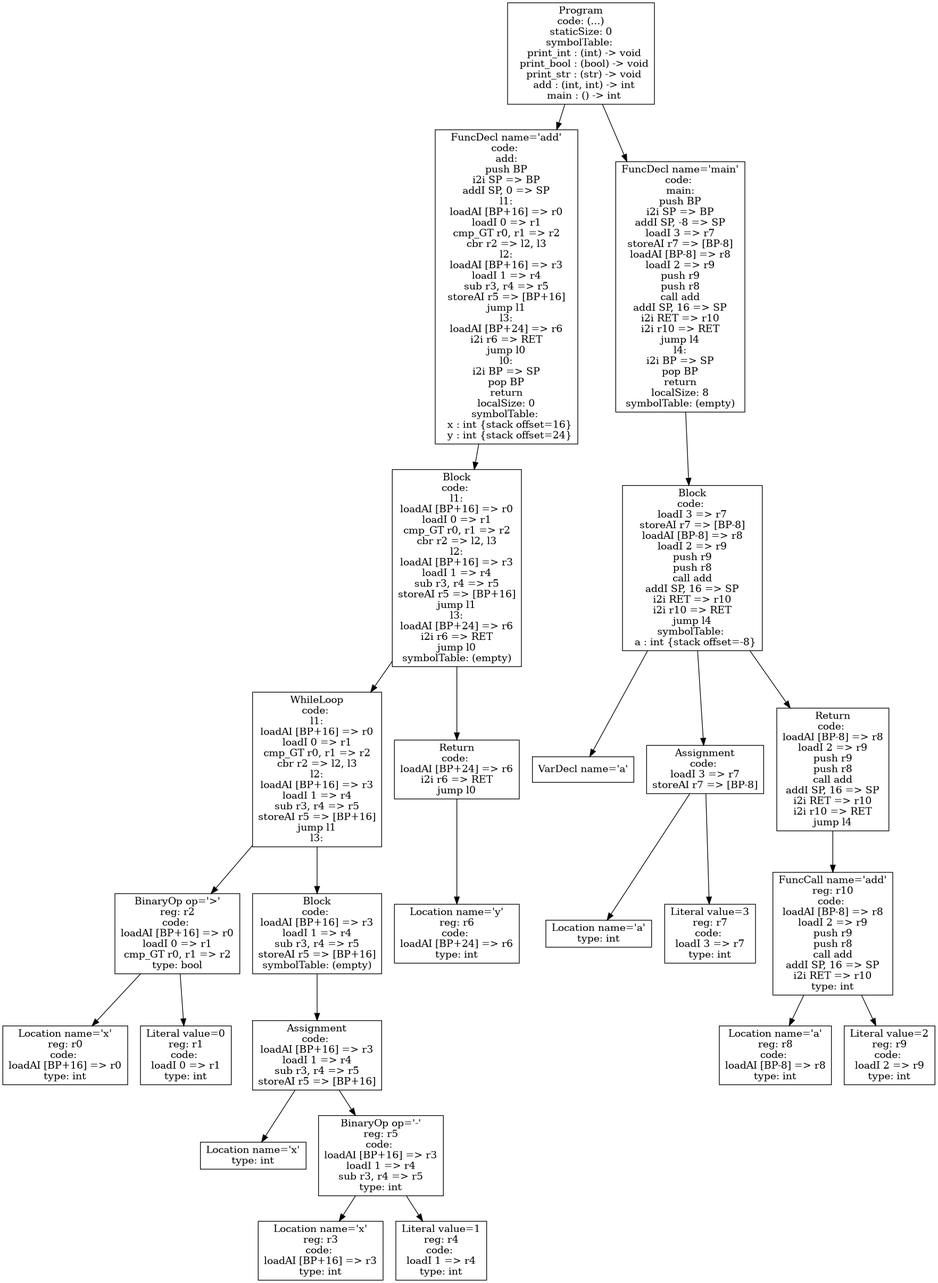
Earlier version of the Graphviz export p4-codegen/tests/iloc-tree.png (atrim11/CS432). Its source is kept beside it as p4-codegen/iloc-tree.dot. The source it was exported from:
```dot
digraph AST {
1 [shape=box, label="VarDecl name='data'\ncode: \nloadI 256 => r0\naddI SP, 40 => SP"];
7 [shape=box, label="Location name='x'\nreg: r1\ncode: \nloadAI [BP+16] => r1\ntype: int"];
8 [shape=box, label="Location name='y'\nreg: r2\ncode: \nloadAI [BP+24] => r2\ntype: int"];
6 [shape=box, label="BinaryOp op='-'\nreg: r3\ncode: \nloadAI [BP+16] => r1\nloadAI [BP+24] => r2\nsub r1, r2 => r3\ntype: int"];
6 -> 7;
6 -> 8;
10 [shape=box, label="Location name='x'\nreg: r4\ncode: \nloadAI [BP+16] => r4\ntype: int"];
11 [shape=box, label="Location name='y'\nreg: r5\ncode: \nloadAI [BP+24] => r5\ntype: int"];
9 [shape=box, label="BinaryOp op='*'\nreg: r6\ncode: \nloadAI [BP+16] => r4\nloadAI [BP+24] => r5\nmult r4, r5 => r6\ntype: int"];
9 -> 10;
9 -> 11;
5 [shape=box, label="BinaryOp op='+'\nreg: r7\ncode: \nloadAI [BP+16] => r1\nloadAI [BP+24] => r2\nsub r1, r2 => r3\nloadAI [BP+16] => r4\nloadAI [BP+24] => r5\nmult r4, r5 => r6\nadd r3, r6 => r7\ntype: int"];
5 -> 6;
5 -> 9;
4 [shape=box, label="Return\ncode: \nloadAI [BP+16] => r1\nloadAI [BP+24] => r2\nsub r1, r2 => r3\nloadAI [BP+16] => r4\nloadAI [BP+24] => r5\nmult r4, r5 => r6\nadd r3, r6 => r7\ni2i r7 => RET\njump l0"];
4 -> 5;
3 [shape=box, label="Block\ncode: \nloadAI [BP+16] => r1\nloadAI [BP+24] => r2\nsub r1, r2 => r3\nloadAI [BP+16] => r4\nloadAI [BP+24] => r5\nmult r4, r5 => r6\nadd r3, r6 => r7\ni2i r7 => RET\njump l0\nsymbolTable: (empty)"];
3 -> 4;
2 [shape=box, label="FuncDecl name='compute'\ncode: \ncompute:\npush BP\ni2i SP => BP\naddI SP, 0 => SP\nloadAI [BP+16] => r1\nloadAI [BP+24] => r2\nsub r1, r2 => r3\nloadAI [BP+16] => r4\nloadAI [BP+24] => r5\nmult r4, r5 => r6\nadd r3, r6 => r7\ni2i r7 => RET\njump l0\nl0:\ni2i BP => SP\npop BP\nreturn\nlocalSize: 0\nsymbolTable: \n  x : int {stack offset=16}\n  y : int {stack offset=24}"];
2 -> 3;
14 [shape=box, label="VarDecl name='i'"];
15 [shape=box, label="VarDecl name='result'"];
17 [shape=box, label="Location name='i'\ntype: int"];
18 [shape=box, label="Literal value=0\nreg: r8\ncode: \nloadI 0 => r8\ntype: int"];
16 [shape=box, label="Assignment\ncode: \nloadI 0 => r8\nstoreAI r8 => [BP-8]"];
16 -> 17;
16 -> 18;
20 [shape=box, label="Location name='result'\ntype: int"];
21 [shape=box, label="Literal value=0\nreg: r9\ncode: \nloadI 0 => r9\ntype: int"];
19 [shape=box, label="Assignment\ncode: \nloadI 0 => r9\nstoreAI r9 => [BP-16]"];
19 -> 20;
19 -> 21;
24 [shape=box, label="Location name='i'\nreg: r10\ncode: \nloadAI [BP-8] => r10\ntype: int"];
25 [shape=box, label="Literal value=5\nreg: r11\ncode: \nloadI 5 => r11\ntype: int"];
23 [shape=box, label="BinaryOp op='<'\nreg: r12\ncode: \nloadAI [BP-8] => r10\nloadI 5 => r11\ncmp_LT r10, r11 => r12\ntype: bool"];
23 -> 24;
23 -> 25;
29 [shape=box, label="Location name='i'\nreg: r13\ncode: \nloadAI [BP-8] => r13\ntype: int"];
28 [shape=box, label="Location name='data'\ntype: int"];
28 -> 29;
31 [shape=box, label="Location name='i'\nreg: r14\ncode: \nloadAI [BP-8] => r14\ntype: int"];
33 [shape=box, label="Location name='i'\nreg: r15\ncode: \nloadAI [BP-8] => r15\ntype: int"];
34 [shape=box, label="Literal value=1\nreg: r16\ncode: \nloadI 1 => r16\ntype: int"];
32 [shape=box, label="BinaryOp op='+'\nreg: r17\ncode: \nloadAI [BP-8] => r15\nloadI 1 => r16\nadd r15, r16 => r17\ntype: int"];
32 -> 33;
32 -> 34;
30 [shape=box, label="FuncCall name='compute'\nreg: r18\ncode: \nloadAI [BP-8] => r14\nloadAI [BP-8] => r15\nloadI 1 => r16\nadd r15, r16 => r17\npush r17\npush r14\ncall compute\naddI SP, 16 => SP\ni2i RET => r18\ntype: int"];
30 -> 31;
30 -> 32;
27 [shape=box, label="Assignment\ncode: \nloadAI [BP-8] => r13\nloadI 256 => r19\nmultI r13, 8 => r20\nloadAI [BP-8] => r14\nloadAI [BP-8] => r15\nloadI 1 => r16\nadd r15, r16 => r17\npush r17\npush r14\ncall compute\naddI SP, 16 => SP\ni2i RET => r18\nstoreAO r18 => [r19+r20]"];
27 -> 28;
27 -> 30;
36 [shape=box, label="Location name='result'\ntype: int"];
38 [shape=box, label="Location name='result'\nreg: r21\ncode: \nloadAI [BP-16] => r21\ntype: int"];
40 [shape=box, label="Location name='i'\nreg: r22\ncode: \nloadAI [BP-8] => r22\ntype: int"];
39 [shape=box, label="Location name='data'\nreg: r24\ncode: \nloadI 256 => r23\nloadAI [BP-8] => r22\nmultI r22, 8 => r25\nloadAO [r23+r25] => r24\ntype: int"];
39 -> 40;
37 [shape=box, label="BinaryOp op='+'\nreg: r26\ncode: \nloadAI [BP-16] => r21\nloadI 256 => r23\nloadAI [BP-8] => r22\nmultI r22, 8 => r25\nloadAO [r23+r25] => r24\nadd r21, r24 => r26\ntype: int"];
37 -> 38;
37 -> 39;
35 [shape=box, label="Assignment\ncode: \nloadAI [BP-16] => r21\nloadI 256 => r23\nloadAI [BP-8] => r22\nmultI r22, 8 => r25\nloadAO [r23+r25] => r24\nadd r21, r24 => r26\nstoreAI r26 => [BP-16]"];
35 -> 36;
35 -> 37;
42 [shape=box, label="Location name='i'\ntype: int"];
44 [shape=box, label="Location name='i'\nreg: r27\ncode: \nloadAI [BP-8] => r27\ntype: int"];
45 [shape=box, label="Literal value=1\nreg: r28\ncode: \nloadI 1 => r28\ntype: int"];
43 [shape=box, label="BinaryOp op='+'\nreg: r29\ncode: \nloadAI [BP-8] => r27\nloadI 1 => r28\nadd r27, r28 => r29\ntype: int"];
43 -> 44;
43 -> 45;
41 [shape=box, label="Assignment\ncode: \nloadAI [BP-8] => r27\nloadI 1 => r28\nadd r27, r28 => r29\nstoreAI r29 => [BP-8]"];
41 -> 42;
41 -> 43;
26 [shape=box, label="Block\ncode: \nloadAI [BP-8] => r13\nloadI 256 => r19\nmultI r13, 8 => r20\nloadAI [BP-8] => r14\nloadAI [BP-8] => r15\nloadI 1 => r16\nadd r15, r16 => r17\npush r17\npush r14\ncall compute\naddI SP, 16 => SP\ni2i RET => r18\nstoreAO r18 => [r19+r20]\nloadAI [BP-16] => r21\nloadI 256 => r23\nloadAI [BP-8] => r22\nmultI r22, 8 => r25\nloadAO [r23+r25] => r24\nadd r21, r24 => r26\nstoreAI r26 => [BP-16]\nloadAI [BP-8] => r27\nloadI 1 => r28\nadd r27, r28 => r29\nstoreAI r29 => [BP-8]\nsymbolTable: (empty)"];
26 -> 27;
26 -> 35;
26 -> 41;
22 [shape=box, label="WhileLoop\ncode: \nl2:\nloadAI [BP-8] => r10\nloadI 5 => r11\ncmp_LT r10, r11 => r12\ncbr r12 => l3, l4\nl3:\nloadAI [BP-8] => r13\nloadI 256 => r19\nmultI r13, 8 => r20\nloadAI [BP-8] => r14\nloadAI [BP-8] => r15\nloadI 1 => r16\nadd r15, r16 => r17\npush r17\npush r14\ncall compute\naddI SP, 16 => SP\ni2i RET => r18\nstoreAO r18 => [r19+r20]\nloadAI [BP-16] => r21\nloadI 256 => r23\nloadAI [BP-8] => r22\nmultI r22, 8 => r25\nloadAO [r23+r25] => r24\nadd r21, r24 => r26\nstoreAI r26 => [BP-16]\nloadAI [BP-8] => r27\nloadI 1 => r28\nadd r27, r28 => r29\nstoreAI r29 => [BP-8]\njump l2\nl4:"];
22 -> 23;
22 -> 26;
47 [shape=box, label="Location name='result'\nreg: r30\ncode: \nloadAI [BP-16] => r30\ntype: int"];
46 [shape=box, label="Return\ncode: \nloadAI [BP-16] => r30\ni2i r30 => RET\njump l1"];
46 -> 47;
13 [shape=box, label="Block\ncode: \nloadI 0 => r8\nstoreAI r8 => [BP-8]\nloadI 0 => r9\nstoreAI r9 => [BP-16]\nl2:\nloadAI [BP-8] => r10\nloadI 5 => r11\ncmp_LT r10, r11 => r12\ncbr r12 => l3, l4\nl3:\nloadAI [BP-8] => r13\nloadI 256 => r19\nmultI r13, 8 => r20\nloadAI [BP-8] => r14\nloadAI [BP-8] => r15\nloadI 1 => r16\nadd r15, r16 => r17\npush r17\npush r14\ncall compute\naddI SP, 16 => SP\ni2i RET => r18\nstoreAO r18 => [r19+r20]\nloadAI [BP-16] => r21\nloadI 256 => r23\nloadAI [BP-8] => r22\nmultI r22, 8 => r25\nloadAO [r23+r25] => r24\nadd r21, r24 => r26\nstoreAI r26 => [BP-16]\nloadAI [BP-8] => r27\nloadI 1 => r28\nadd r27, r28 => r29\nstoreAI r29 => [BP-8]\njump l2\nl4:\nloadAI [BP-16] => r30\ni2i r30 => RET\njump l1\nsymbolTable: \n  i : int {stack offset=-8}\n  result : int {stack offset=-16}"];
13 -> 14;
13 -> 15;
13 -> 16;
13 -> 19;
13 -> 22;
13 -> 46;
12 [shape=box, label="FuncDecl name='main'\ncode: \nmain:\npush BP\ni2i SP => BP\naddI SP, -16 => SP\nloadI 0 => r8\nstoreAI r8 => [BP-8]\nloadI 0 => r9\nstoreAI r9 => [BP-16]\nl2:\nloadAI [BP-8] => r10\nloadI 5 => r11\ncmp_LT r10, r11 => r12\ncbr r12 => l3, l4\nl3:\nloadAI [BP-8] => r13\nloadI 256 => r19\nmultI r13, 8 => r20\nloadAI [BP-8] => r14\nloadAI [BP-8] => r15\nloadI 1 => r16\nadd r15, r16 => r17\npush r17\npush r14\ncall compute\naddI SP, 16 => SP\ni2i RET => r18\nstoreAO r18 => [r19+r20]\nloadAI [BP-16] => r21\nloadI 256 => r23\nloadAI [BP-8] => r22\nmultI r22, 8 => r25\nloadAO [r23+r25] => r24\nadd r21, r24 => r26\nstoreAI r26 => [BP-16]\nloadAI [BP-8] => r27\nloadI 1 => r28\nadd r27, r28 => r29\nstoreAI r29 => [BP-8]\njump l2\nl4:\nloadAI [BP-16] => r30\ni2i r30 => RET\njump l1\nl1:\ni2i BP => SP\npop BP\nreturn\nlocalSize: 16\nsymbolTable: (empty)"];
12 -> 13;
0 [shape=box, label="Program\ncode: (...)\nstaticSize: 40\nsymbolTable: \n  print_int : (int) -> void\n  print_bool : (bool) -> void\n  print_str : (str) -> void\n  compute : (int, int) -> int\n  main : () -> int\n  data : int [5] {static offset=256}"];
0 -> 1;
0 -> 2;
0 -> 12;
}
```
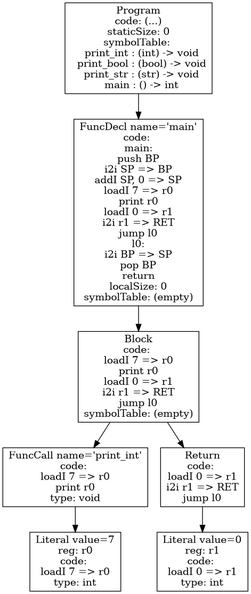
The same file after the commit.

Change to the diagram source:
```diff
@@ -1,97 +1,43 @@
 digraph AST {
-1 [shape=box, label="VarDecl name='data'\ncode: \nloadI 256 => r0\naddI SP, 40 => SP"];
-7 [shape=box, label="Location name='x'\nreg: r1\ncode: \nloadAI [BP+16] => r1\ntype: int"];
-8 [shape=box, label="Location name='y'\nreg: r2\ncode: \nloadAI [BP+24] => r2\ntype: int"];
-6 [shape=box, label="BinaryOp op='-'\nreg: r3\ncode: \nloadAI [BP+16] => r1\nloadAI [BP+24] => r2\nsub r1, r2 => r3\ntype: int"];
-6 -> 7;
-6 -> 8;
-10 [shape=box, label="Location name='x'\nreg: r4\ncode: \nloadAI [BP+16] => r4\ntype: int"];
-11 [shape=box, label="Location name='y'\nreg: r5\ncode: \nloadAI [BP+24] => r5\ntype: int"];
-9 [shape=box, label="BinaryOp op='*'\nreg: r6\ncode: \nloadAI [BP+16] => r4\nloadAI [BP+24] => r5\nmult r4, r5 => r6\ntype: int"];
-9 -> 10;
-9 -> 11;
-5 [shape=box, label="BinaryOp op='+'\nreg: r7\ncode: \nloadAI [BP+16] => r1\nloadAI [BP+24] => r2\nsub r1, r2 => r3\nloadAI [BP+16] => r4\nloadAI [BP+24] => r5\nmult r4, r5 => r6\nadd r3, r6 => r7\ntype: int"];
-5 -> 6;
-5 -> 9;
-4 [shape=box, label="Return\ncode: \nloadAI [BP+16] => r1\nloadAI [BP+24] => r2\nsub r1, r2 => r3\nloadAI [BP+16] => r4\nloadAI [BP+24] => r5\nmult r4, r5 => r6\nadd r3, r6 => r7\ni2i r7 => RET\njump l0"];
+5 [shape=box, label="Location name='x'\nreg: r0\ncode: \nloadAI [BP+16] => r0\ntype: int"];
+6 [shape=box, label="Location name='y'\nreg: r1\ncode: \nloadAI [BP+24] => r1\ntype: int"];
+4 [shape=box, label="BinaryOp op='-'\nreg: r2\ncode: \nloadAI [BP+16] => r0\nloadAI [BP+24] => r1\nsub r0, r1 => r2\ntype: int"];
 4 -> 5;
-3 [shape=box, label="Block\ncode: \nloadAI [BP+16] => r1\nloadAI [BP+24] => r2\nsub r1, r2 => r3\nloadAI [BP+16] => r4\nloadAI [BP+24] => r5\nmult r4, r5 => r6\nadd r3, r6 => r7\ni2i r7 => RET\njump l0\nsymbolTable: (empty)"];
+4 -> 6;
+3 [shape=box, label="Return\ncode: \nloadAI [BP+16] => r0\nloadAI [BP+24] => r1\nsub r0, r1 => r2\ni2i r2 => RET\njump l0"];
 3 -> 4;
-2 [shape=box, label="FuncDecl name='compute'\ncode: \ncompute:\npush BP\ni2i SP => BP\naddI SP, 0 => SP\nloadAI [BP+16] => r1\nloadAI [BP+24] => r2\nsub r1, r2 => r3\nloadAI [BP+16] => r4\nloadAI [BP+24] => r5\nmult r4, r5 => r6\nadd r3, r6 => r7\ni2i r7 => RET\njump l0\nl0:\ni2i BP => SP\npop BP\nreturn\nlocalSize: 0\nsymbolTable: \n  x : int {stack offset=16}\n  y : int {stack offset=24}"];
+2 [shape=box, label="Block\ncode: \nloadAI [BP+16] => r0\nloadAI [BP+24] => r1\nsub r0, r1 => r2\ni2i r2 => RET\njump l0\nsymbolTable: (empty)"];
 2 -> 3;
-14 [shape=box, label="VarDecl name='i'"];
-15 [shape=box, label="VarDecl name='result'"];
-17 [shape=box, label="Location name='i'\ntype: int"];
-18 [shape=box, label="Literal value=0\nreg: r8\ncode: \nloadI 0 => r8\ntype: int"];
-16 [shape=box, label="Assignment\ncode: \nloadI 0 => r8\nstoreAI r8 => [BP-8]"];
-16 -> 17;
-16 -> 18;
-20 [shape=box, label="Location name='result'\ntype: int"];
-21 [shape=box, label="Literal value=0\nreg: r9\ncode: \nloadI 0 => r9\ntype: int"];
-19 [shape=box, label="Assignment\ncode: \nloadI 0 => r9\nstoreAI r9 => [BP-16]"];
-19 -> 20;
-19 -> 21;
-24 [shape=box, label="Location name='i'\nreg: r10\ncode: \nloadAI [BP-8] => r10\ntype: int"];
-25 [shape=box, label="Literal value=5\nreg: r11\ncode: \nloadI 5 => r11\ntype: int"];
-23 [shape=box, label="BinaryOp op='<'\nreg: r12\ncode: \nloadAI [BP-8] => r10\nloadI 5 => r11\ncmp_LT r10, r11 => r12\ntype: bool"];
-23 -> 24;
-23 -> 25;
-29 [shape=box, label="Location name='i'\nreg: r13\ncode: \nloadAI [BP-8] => r13\ntype: int"];
-28 [shape=box, label="Location name='data'\ntype: int"];
-28 -> 29;
-31 [shape=box, label="Location name='i'\nreg: r14\ncode: \nloadAI [BP-8] => r14\ntype: int"];
-33 [shape=box, label="Location name='i'\nreg: r15\ncode: \nloadAI [BP-8] => r15\ntype: int"];
-34 [shape=box, label="Literal value=1\nreg: r16\ncode: \nloadI 1 => r16\ntype: int"];
-32 [shape=box, label="BinaryOp op='+'\nreg: r17\ncode: \nloadAI [BP-8] => r15\nloadI 1 => r16\nadd r15, r16 => r17\ntype: int"];
-32 -> 33;
-32 -> 34;
-30 [shape=box, label="FuncCall name='compute'\nreg: r18\ncode: \nloadAI [BP-8] => r14\nloadAI [BP-8] => r15\nloadI 1 => r16\nadd r15, r16 => r17\npush r17\npush r14\ncall compute\naddI SP, 16 => SP\ni2i RET => r18\ntype: int"];
-30 -> 31;
-30 -> 32;
-27 [shape=box, label="Assignment\ncode: \nloadAI [BP-8] => r13\nloadI 256 => r19\nmultI r13, 8 => r20\nloadAI [BP-8] => r14\nloadAI [BP-8] => r15\nloadI 1 => r16\nadd r15, r16 => r17\npush r17\npush r14\ncall compute\naddI SP, 16 => SP\ni2i RET => r18\nstoreAO r18 => [r19+r20]"];
-27 -> 28;
-27 -> 30;
-36 [shape=box, label="Location name='result'\ntype: int"];
-38 [shape=box, label="Location name='result'\nreg: r21\ncode: \nloadAI [BP-16] => r21\ntype: int"];
-40 [shape=box, label="Location name='i'\nreg: r22\ncode: \nloadAI [BP-8] => r22\ntype: int"];
-39 [shape=box, label="Location name='data'\nreg: r24\ncode: \nloadI 256 => r23\nloadAI [BP-8] => r22\nmultI r22, 8 => r25\nloadAO [r23+r25] => r24\ntype: int"];
-39 -> 40;
-37 [shape=box, label="BinaryOp op='+'\nreg: r26\ncode: \nloadAI [BP-16] => r21\nloadI 256 => r23\nloadAI [BP-8] => r22\nmultI r22, 8 => r25\nloadAO [r23+r25] => r24\nadd r21, r24 => r26\ntype: int"];
-37 -> 38;
-37 -> 39;
-35 [shape=box, label="Assignment\ncode: \nloadAI [BP-16] => r21\nloadI 256 => r23\nloadAI [BP-8] => r22\nmultI r22, 8 => r25\nloadAO [r23+r25] => r24\nadd r21, r24 => r26\nstoreAI r26 => [BP-16]"];
-35 -> 36;
-35 -> 37;
-42 [shape=box, label="Location name='i'\ntype: int"];
-44 [shape=box, label="Location name='i'\nreg: r27\ncode: \nloadAI [BP-8] => r27\ntype: int"];
-45 [shape=box, label="Literal value=1\nreg: r28\ncode: \nloadI 1 => r28\ntype: int"];
-43 [shape=box, label="BinaryOp op='+'\nreg: r29\ncode: \nloadAI [BP-8] => r27\nloadI 1 => r28\nadd r27, r28 => r29\ntype: int"];
-43 -> 44;
-43 -> 45;
-41 [shape=box, label="Assignment\ncode: \nloadAI [BP-8] => r27\nloadI 1 => r28\nadd r27, r28 => r29\nstoreAI r29 => [BP-8]"];
-41 -> 42;
-41 -> 43;
-26 [shape=box, label="Block\ncode: \nloadAI [BP-8] => r13\nloadI 256 => r19\nmultI r13, 8 => r20\nloadAI [BP-8] => r14\nloadAI [BP-8] => r15\nloadI 1 => r16\nadd r15, r16 => r17\npush r17\npush r14\ncall compute\naddI SP, 16 => SP\ni2i RET => r18\nstoreAO r18 => [r19+r20]\nloadAI [BP-16] => r21\nloadI 256 => r23\nloadAI [BP-8] => r22\nmultI r22, 8 => r25\nloadAO [r23+r25] => r24\nadd r21, r24 => r26\nstoreAI r26 => [BP-16]\nloadAI [BP-8] => r27\nloadI 1 => r28\nadd r27, r28 => r29\nstoreAI r29 => [BP-8]\nsymbolTable: (empty)"];
-26 -> 27;
-26 -> 35;
-26 -> 41;
-22 [shape=box, label="WhileLoop\ncode: \nl2:\nloadAI [BP-8] => r10\nloadI 5 => r11\ncmp_LT r10, r11 => r12\ncbr r12 => l3, l4\nl3:\nloadAI [BP-8] => r13\nloadI 256 => r19\nmultI r13, 8 => r20\nloadAI [BP-8] => r14\nloadAI [BP-8] => r15\nloadI 1 => r16\nadd r15, r16 => r17\npush r17\npush r14\ncall compute\naddI SP, 16 => SP\ni2i RET => r18\nstoreAO r18 => [r19+r20]\nloadAI [BP-16] => r21\nloadI 256 => r23\nloadAI [BP-8] => r22\nmultI r22, 8 => r25\nloadAO [r23+r25] => r24\nadd r21, r24 => r26\nstoreAI r26 => [BP-16]\nloadAI [BP-8] => r27\nloadI 1 => r28\nadd r27, r28 => r29\nstoreAI r29 => [BP-8]\njump l2\nl4:"];
-22 -> 23;
-22 -> 26;
-47 [shape=box, label="Location name='result'\nreg: r30\ncode: \nloadAI [BP-16] => r30\ntype: int"];
-46 [shape=box, label="Return\ncode: \nloadAI [BP-16] => r30\ni2i r30 => RET\njump l1"];
-46 -> 47;
-13 [shape=box, label="Block\ncode: \nloadI 0 => r8\nstoreAI r8 => [BP-8]\nloadI 0 => r9\nstoreAI r9 => [BP-16]\nl2:\nloadAI [BP-8] => r10\nloadI 5 => r11\ncmp_LT r10, r11 => r12\ncbr r12 => l3, l4\nl3:\nloadAI [BP-8] => r13\nloadI 256 => r19\nmultI r13, 8 => r20\nloadAI [BP-8] => r14\nloadAI [BP-8] => r15\nloadI 1 => r16\nadd r15, r16 => r17\npush r17\npush r14\ncall compute\naddI SP, 16 => SP\ni2i RET => r18\nstoreAO r18 => [r19+r20]\nloadAI [BP-16] => r21\nloadI 256 => r23\nloadAI [BP-8] => r22\nmultI r22, 8 => r25\nloadAO [r23+r25] => r24\nadd r21, r24 => r26\nstoreAI r26 => [BP-16]\nloadAI [BP-8] => r27\nloadI 1 => r28\nadd r27, r28 => r29\nstoreAI r29 => [BP-8]\njump l2\nl4:\nloadAI [BP-16] => r30\ni2i r30 => RET\njump l1\nsymbolTable: \n  i : int {stack offset=-8}\n  result : int {stack offset=-16}"];
-13 -> 14;
-13 -> 15;
-13 -> 16;
-13 -> 19;
-13 -> 22;
-13 -> 46;
-12 [shape=box, label="FuncDecl name='main'\ncode: \nmain:\npush BP\ni2i SP => BP\naddI SP, -16 => SP\nloadI 0 => r8\nstoreAI r8 => [BP-8]\nloadI 0 => r9\nstoreAI r9 => [BP-16]\nl2:\nloadAI [BP-8] => r10\nloadI 5 => r11\ncmp_LT r10, r11 => r12\ncbr r12 => l3, l4\nl3:\nloadAI [BP-8] => r13\nloadI 256 => r19\nmultI r13, 8 => r20\nloadAI [BP-8] => r14\nloadAI [BP-8] => r15\nloadI 1 => r16\nadd r15, r16 => r17\npush r17\npush r14\ncall compute\naddI SP, 16 => SP\ni2i RET => r18\nstoreAO r18 => [r19+r20]\nloadAI [BP-16] => r21\nloadI 256 => r23\nloadAI [BP-8] => r22\nmultI r22, 8 => r25\nloadAO [r23+r25] => r24\nadd r21, r24 => r26\nstoreAI r26 => [BP-16]\nloadAI [BP-8] => r27\nloadI 1 => r28\nadd r27, r28 => r29\nstoreAI r29 => [BP-8]\njump l2\nl4:\nloadAI [BP-16] => r30\ni2i r30 => RET\njump l1\nl1:\ni2i BP => SP\npop BP\nreturn\nlocalSize: 16\nsymbolTable: (empty)"];
-12 -> 13;
-0 [shape=box, label="Program\ncode: (...)\nstaticSize: 40\nsymbolTable: \n  print_int : (int) -> void\n  print_bool : (bool) -> void\n  print_str : (str) -> void\n  compute : (int, int) -> int\n  main : () -> int\n  data : int [5] {static offset=256}"];
+1 [shape=box, label="FuncDecl name='add'\ncode: \nadd:\npush BP\ni2i SP => BP\naddI SP, 0 => SP\nloadAI [BP+16] => r0\nloadAI [BP+24] => r1\nsub r0, r1 => r2\ni2i r2 => RET\njump l0\nl0:\ni2i BP => SP\npop BP\nreturn\nlocalSize: 0\nsymbolTable: \n  x : int {stack offset=16}\n  y : int {stack offset=24}"];
+1 -> 2;
+9 [shape=box, label="VarDecl name='a'"];
+10 [shape=box, label="VarDecl name='b'"];
+12 [shape=box, label="Location name='a'\ntype: int"];
+13 [shape=box, label="Literal value=10\nreg: r3\ncode: \nloadI 10 => r3\ntype: int"];
+11 [shape=box, label="Assignment\ncode: \nloadI 10 => r3\nstoreAI r3 => [BP-8]"];
+11 -> 12;
+11 -> 13;
+15 [shape=box, label="Location name='b'\ntype: int"];
+16 [shape=box, label="Literal value=5\nreg: r4\ncode: \nloadI 5 => r4\ntype: int"];
+14 [shape=box, label="Assignment\ncode: \nloadI 5 => r4\nstoreAI r4 => [BP-16]"];
+14 -> 15;
+14 -> 16;
+19 [shape=box, label="Location name='a'\nreg: r5\ncode: \nloadAI [BP-8] => r5\ntype: int"];
+20 [shape=box, label="Location name='b'\nreg: r6\ncode: \nloadAI [BP-16] => r6\ntype: int"];
+18 [shape=box, label="FuncCall name='add'\nreg: r7\ncode: \nloadAI [BP-8] => r5\nloadAI [BP-16] => r6\npush r6\npush r5\ncall add\naddI SP, 16 => SP\ni2i RET => r7\ntype: int"];
+18 -> 19;
+18 -> 20;
+17 [shape=box, label="Return\ncode: \nloadAI [BP-8] => r5\nloadAI [BP-16] => r6\npush r6\npush r5\ncall add\naddI SP, 16 => SP\ni2i RET => r7\ni2i r7 => RET\njump l1"];
+17 -> 18;
+8 [shape=box, label="Block\ncode: \nloadI 10 => r3\nstoreAI r3 => [BP-8]\nloadI 5 => r4\nstoreAI r4 => [BP-16]\nloadAI [BP-8] => r5\nloadAI [BP-16] => r6\npush r6\npush r5\ncall add\naddI SP, 16 => SP\ni2i RET => r7\ni2i r7 => RET\njump l1\nsymbolTable: \n  a : int {stack offset=-8}\n  b : int {stack offset=-16}"];
+8 -> 9;
+8 -> 10;
+8 -> 11;
+8 -> 14;
+8 -> 17;
+7 [shape=box, label="FuncDecl name='main'\ncode: \nmain:\npush BP\ni2i SP => BP\naddI SP, -16 => SP\nloadI 10 => r3\nstoreAI r3 => [BP-8]\nloadI 5 => r4\nstoreAI r4 => [BP-16]\nloadAI [BP-8] => r5\nloadAI [BP-16] => r6\npush r6\npush r5\ncall add\naddI SP, 16 => SP\ni2i RET => r7\ni2i r7 => RET\njump l1\nl1:\ni2i BP => SP\npop BP\nreturn\nlocalSize: 16\nsymbolTable: (empty)"];
+7 -> 8;
+0 [shape=box, label="Program\ncode: (...)\nstaticSize: 0\nsymbolTable: \n  print_int : (int) -> void\n  print_bool : (bool) -> void\n  print_str : (str) -> void\n  add : (int, int) -> int\n  main : () -> int"];
 0 -> 1;
-0 -> 2;
-0 -> 12;
+0 -> 7;
 }
```
